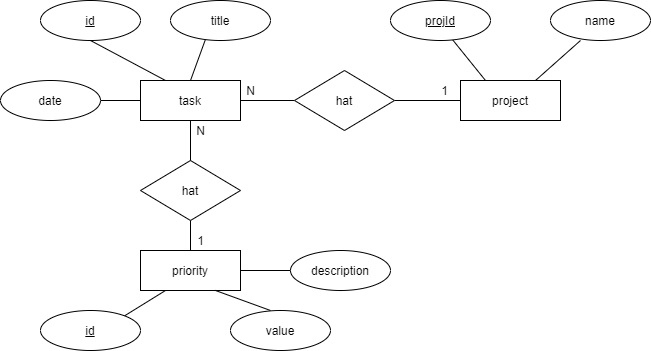
Before: Doku/ERDiagramm.png, a diagram exported from draw.io (jtuttas/FIAE_LF9). Source tidied: cells renumbered, new cells last; positions are measured from the earlier drawing's top-left corner, leaving out a move shared by most shapes. Its diagram source:
```xml
<mxGraphModel>
  <root>
    <mxCell id="0" />
    <mxCell id="1" parent="0" />
    <mxCell id="2" style="rounded=0;jettySize=auto;html=1;exitX=0.25;exitY=0;exitDx=0;exitDy=0;entryX=0.5;entryY=1;entryDx=0;entryDy=0;endArrow=none;endFill=0;" parent="1" edge="1" source="4">
      <mxGeometry relative="1" as="geometry">
        <mxPoint x="90" y="40" as="targetPoint" />
      </mxGeometry>
    </mxCell>
    <mxCell id="3" style="edgeStyle=none;rounded=0;jettySize=auto;html=1;exitX=0.5;exitY=0;exitDx=0;exitDy=0;entryX=0.348;entryY=0.983;entryDx=0;entryDy=0;entryPerimeter=0;endArrow=none;endFill=0;" parent="1" edge="1" source="4">
      <mxGeometry relative="1" as="geometry">
        <mxPoint x="204.8" y="39.3" as="targetPoint" />
      </mxGeometry>
    </mxCell>
    <mxCell id="4" value="task" style="whiteSpace=wrap;html=1;align=center;" parent="1" vertex="1">
      <mxGeometry x="140" y="80" width="100" height="40" as="geometry" />
    </mxCell>
    <mxCell id="5" style="edgeStyle=none;rounded=0;jettySize=auto;html=1;exitX=0;exitY=0.5;exitDx=0;exitDy=0;entryX=1;entryY=0.5;entryDx=0;entryDy=0;endArrow=none;endFill=0;" parent="1" edge="1" source="7" target="4">
      <mxGeometry relative="1" as="geometry" />
    </mxCell>
    <mxCell id="6" style="edgeStyle=none;rounded=0;jettySize=auto;html=1;exitX=1;exitY=0.5;exitDx=0;exitDy=0;entryX=0;entryY=0.5;entryDx=0;entryDy=0;endArrow=none;endFill=0;" parent="1" edge="1" source="7" target="11">
      <mxGeometry relative="1" as="geometry" />
    </mxCell>
    <mxCell id="7" value="hat" style="shape=rhombus;perimeter=rhombusPerimeter;whiteSpace=wrap;html=1;align=center;" parent="1" vertex="1">
      <mxGeometry x="294" y="70" width="100" height="60" as="geometry" />
    </mxCell>
    <mxCell id="8" value="priority" style="whiteSpace=wrap;html=1;align=center;" parent="1" vertex="1">
      <mxGeometry x="140" y="250" width="100" height="40" as="geometry" />
    </mxCell>
    <mxCell id="9" style="edgeStyle=none;rounded=0;jettySize=auto;html=1;exitX=0.25;exitY=0;exitDx=0;exitDy=0;entryX=0.575;entryY=0.963;entryDx=0;entryDy=0;entryPerimeter=0;endArrow=none;endFill=0;" parent="1" edge="1" source="11">
      <mxGeometry relative="1" as="geometry">
        <mxPoint x="451.5" y="38.5" as="targetPoint" />
      </mxGeometry>
    </mxCell>
    <mxCell id="10" style="edgeStyle=none;rounded=0;jettySize=auto;html=1;exitX=0.75;exitY=0;exitDx=0;exitDy=0;entryX=0.3;entryY=1;entryDx=0;entryDy=0;entryPerimeter=0;endArrow=none;endFill=0;" parent="1" edge="1" source="11">
      <mxGeometry relative="1" as="geometry">
        <mxPoint x="580" y="40" as="targetPoint" />
      </mxGeometry>
    </mxCell>
    <mxCell id="11" value="project" style="whiteSpace=wrap;html=1;align=center;" parent="1" vertex="1">
      <mxGeometry x="460" y="80" width="100" height="40" as="geometry" />
    </mxCell>
    <mxCell id="12" style="edgeStyle=none;rounded=0;jettySize=auto;html=1;exitX=0.5;exitY=0;exitDx=0;exitDy=0;entryX=0.5;entryY=1;entryDx=0;entryDy=0;endArrow=none;endFill=0;" parent="1" edge="1" source="22" target="4">
      <mxGeometry relative="1" as="geometry" />
    </mxCell>
    <mxCell id="13" style="edgeStyle=none;rounded=0;jettySize=auto;html=1;exitX=0.5;exitY=1;exitDx=0;exitDy=0;entryX=0.5;entryY=0;entryDx=0;entryDy=0;endArrow=none;endFill=0;" parent="1" edge="1" source="14" target="8">
      <mxGeometry relative="1" as="geometry" />
    </mxCell>
    <mxCell id="14" value="hat" style="shape=rhombus;perimeter=rhombusPerimeter;whiteSpace=wrap;html=1;align=center;" parent="1" vertex="1">
      <mxGeometry x="140" y="160" width="100" height="60" as="geometry" />
    </mxCell>
    <mxCell id="15" style="edgeStyle=none;rounded=0;jettySize=auto;html=1;exitX=0.83;exitY=0.15;exitDx=0;exitDy=0;entryX=0.25;entryY=1;entryDx=0;entryDy=0;endArrow=none;endFill=0;exitPerimeter=0;" parent="1" edge="1" source="29" target="8">
      <mxGeometry relative="1" as="geometry" />
    </mxCell>
    <mxCell id="16" style="edgeStyle=none;rounded=0;jettySize=auto;html=1;exitX=0;exitY=0.5;exitDx=0;exitDy=0;entryX=1;entryY=0.5;entryDx=0;entryDy=0;endArrow=none;endFill=0;" parent="1" edge="1" target="8">
      <mxGeometry relative="1" as="geometry">
        <mxPoint x="294" y="270" as="sourcePoint" />
      </mxGeometry>
    </mxCell>
    <mxCell id="17" style="edgeStyle=none;rounded=0;jettySize=auto;html=1;exitX=0.5;exitY=0;exitDx=0;exitDy=0;entryX=0.75;entryY=1;entryDx=0;entryDy=0;endArrow=none;endFill=0;" parent="1" edge="1" target="8">
      <mxGeometry relative="1" as="geometry">
        <mxPoint x="270" y="310" as="sourcePoint" />
      </mxGeometry>
    </mxCell>
    <mxCell id="18" style="edgeStyle=none;rounded=0;jettySize=auto;html=1;exitX=1;exitY=0.5;exitDx=0;exitDy=0;entryX=0;entryY=0.5;entryDx=0;entryDy=0;endArrow=none;endFill=0;" parent="1" edge="1" target="4">
      <mxGeometry relative="1" as="geometry">
        <mxPoint x="100" y="100" as="sourcePoint" />
      </mxGeometry>
    </mxCell>
    <mxCell id="19" value="1" style="text;html=1;align=center;verticalAlign=middle;fillColor=none;strokeColor=none;rounded=0;" parent="1" vertex="1">
      <mxGeometry x="434" y="80" width="20" height="20" as="geometry" />
    </mxCell>
    <mxCell id="20" value="N" style="text;html=1;align=center;verticalAlign=middle;fillColor=none;strokeColor=none;rounded=0;" parent="1" vertex="1">
      <mxGeometry x="240" y="80" width="20" height="20" as="geometry" />
    </mxCell>
    <mxCell id="21" value="1" style="text;html=1;align=center;verticalAlign=middle;fillColor=none;strokeColor=none;rounded=0;" parent="1" vertex="1">
      <mxGeometry x="190" y="230" width="20" height="20" as="geometry" />
    </mxCell>
    <mxCell id="22" value="N" style="text;html=1;align=center;verticalAlign=middle;points=[];fillColor=none;strokeColor=none;rounded=0;" parent="1" vertex="1">
      <mxGeometry x="190" y="120" width="20" height="20" as="geometry" />
    </mxCell>
    <mxCell id="23" style="edgeStyle=none;rounded=0;jettySize=auto;html=1;exitX=0.5;exitY=0;exitDx=0;exitDy=0;endArrow=none;endFill=0;" parent="1" edge="1" source="14">
      <mxGeometry relative="1" as="geometry">
        <mxPoint x="190" y="120" as="targetPoint" />
      </mxGeometry>
    </mxCell>
    <mxCell id="24" value="title" style="ellipse;whiteSpace=wrap;html=1;align=center;" parent="1" vertex="1">
      <mxGeometry x="170" width="100" height="40" as="geometry" />
    </mxCell>
    <mxCell id="25" value="&lt;u&gt;id&lt;/u&gt;" style="ellipse;whiteSpace=wrap;html=1;align=center;" parent="1" vertex="1">
      <mxGeometry x="40" width="100" height="40" as="geometry" />
    </mxCell>
    <mxCell id="26" value="date" style="ellipse;whiteSpace=wrap;html=1;align=center;" parent="1" vertex="1">
      <mxGeometry y="80" width="100" height="40" as="geometry" />
    </mxCell>
    <mxCell id="27" value="&lt;u&gt;projId&lt;/u&gt;" style="ellipse;whiteSpace=wrap;html=1;align=center;" parent="1" vertex="1">
      <mxGeometry x="390" width="100" height="40" as="geometry" />
    </mxCell>
    <mxCell id="28" value="name" style="ellipse;whiteSpace=wrap;html=1;align=center;" parent="1" vertex="1">
      <mxGeometry x="550" width="100" height="40" as="geometry" />
    </mxCell>
    <mxCell id="29" value="&lt;u&gt;id&lt;/u&gt;" style="ellipse;whiteSpace=wrap;html=1;align=center;" parent="1" vertex="1">
      <mxGeometry x="40" y="310" width="100" height="40" as="geometry" />
    </mxCell>
    <mxCell id="30" value="value" style="ellipse;whiteSpace=wrap;html=1;align=center;" parent="1" vertex="1">
      <mxGeometry x="230" y="310" width="100" height="40" as="geometry" />
    </mxCell>
    <mxCell id="31" value="description" style="ellipse;whiteSpace=wrap;html=1;align=center;" parent="1" vertex="1">
      <mxGeometry x="290" y="250" width="100" height="40" as="geometry" />
    </mxCell>
  </root>
</mxGraphModel>
```
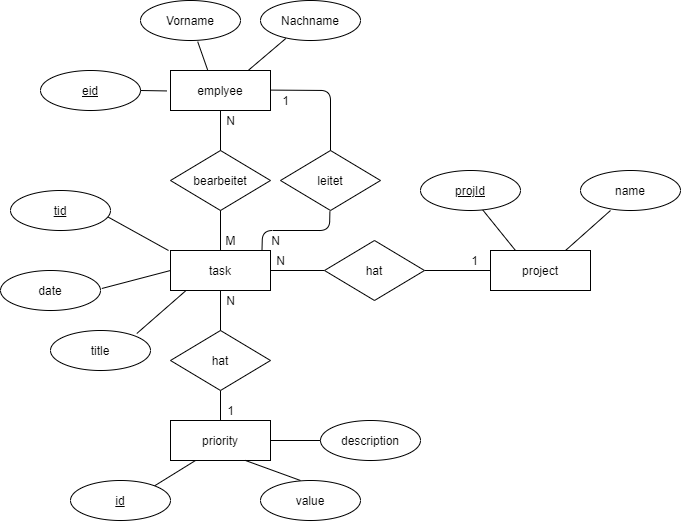
Above is the later version.

Diff of the diagram source:
```diff
@@ -2,15 +2,13 @@
   <root>
     <mxCell id="0" />
     <mxCell id="1" parent="0" />
-    <mxCell id="2" style="rounded=0;jettySize=auto;html=1;exitX=0.25;exitY=0;exitDx=0;exitDy=0;entryX=0.5;entryY=1;entryDx=0;entryDy=0;endArrow=none;endFill=0;" parent="1" edge="1" source="4">
+    <mxCell id="2" style="rounded=0;jettySize=auto;html=1;entryX=0.972;entryY=0.658;entryDx=0;entryDy=0;endArrow=none;endFill=0;entryPerimeter=0;" parent="1" edge="1" target="25">
       <mxGeometry relative="1" as="geometry">
-        <mxPoint x="90" y="40" as="targetPoint" />
+        <mxPoint x="138" y="80" as="sourcePoint" />
       </mxGeometry>
     </mxCell>
-    <mxCell id="3" style="edgeStyle=none;rounded=0;jettySize=auto;html=1;exitX=0.5;exitY=0;exitDx=0;exitDy=0;entryX=0.348;entryY=0.983;entryDx=0;entryDy=0;entryPerimeter=0;endArrow=none;endFill=0;" parent="1" edge="1" source="4">
-      <mxGeometry relative="1" as="geometry">
-        <mxPoint x="204.8" y="39.3" as="targetPoint" />
-      </mxGeometry>
+    <mxCell id="3" style="edgeStyle=none;rounded=0;jettySize=auto;html=1;entryX=0.863;entryY=0.075;entryDx=0;entryDy=0;entryPerimeter=0;endArrow=none;endFill=0;exitX=0.188;exitY=0.929;exitDx=0;exitDy=0;exitPerimeter=0;" parent="1" edge="1" source="4" target="24">
+      <mxGeometry relative="1" as="geometry" />
     </mxCell>
     <mxCell id="4" value="task" style="whiteSpace=wrap;html=1;align=center;" parent="1" vertex="1">
       <mxGeometry x="140" y="80" width="100" height="40" as="geometry" />
@@ -62,10 +60,8 @@
         <mxPoint x="270" y="310" as="sourcePoint" />
       </mxGeometry>
     </mxCell>
-    <mxCell id="18" style="edgeStyle=none;rounded=0;jettySize=auto;html=1;exitX=1;exitY=0.5;exitDx=0;exitDy=0;entryX=0;entryY=0.5;entryDx=0;entryDy=0;endArrow=none;endFill=0;" parent="1" edge="1" target="4">
-      <mxGeometry relative="1" as="geometry">
-        <mxPoint x="100" y="100" as="sourcePoint" />
-      </mxGeometry>
+    <mxCell id="18" style="edgeStyle=none;rounded=0;jettySize=auto;html=1;exitX=1.013;exitY=0.45;exitDx=0;exitDy=0;entryX=0;entryY=0.5;entryDx=0;entryDy=0;endArrow=none;endFill=0;exitPerimeter=0;" parent="1" edge="1" source="26" target="4">
+      <mxGeometry relative="1" as="geometry" />
     </mxCell>
     <mxCell id="19" value="1" style="text;html=1;align=center;verticalAlign=middle;fillColor=none;strokeColor=none;rounded=0;" parent="1" vertex="1">
       <mxGeometry x="434" y="80" width="20" height="20" as="geometry" />
@@ -85,13 +81,13 @@
       </mxGeometry>
     </mxCell>
     <mxCell id="24" value="title" style="ellipse;whiteSpace=wrap;html=1;align=center;" parent="1" vertex="1">
-      <mxGeometry x="170" width="100" height="40" as="geometry" />
+      <mxGeometry x="20" y="160" width="100" height="40" as="geometry" />
     </mxCell>
-    <mxCell id="25" value="&lt;u&gt;id&lt;/u&gt;" style="ellipse;whiteSpace=wrap;html=1;align=center;" parent="1" vertex="1">
-      <mxGeometry x="40" width="100" height="40" as="geometry" />
+    <mxCell id="25" value="&lt;u&gt;tid&lt;/u&gt;" style="ellipse;whiteSpace=wrap;html=1;align=center;" parent="1" vertex="1">
+      <mxGeometry x="-20" y="20" width="100" height="40" as="geometry" />
     </mxCell>
     <mxCell id="26" value="date" style="ellipse;whiteSpace=wrap;html=1;align=center;" parent="1" vertex="1">
-      <mxGeometry y="80" width="100" height="40" as="geometry" />
+      <mxGeometry x="-30" y="100" width="100" height="40" as="geometry" />
     </mxCell>
     <mxCell id="27" value="&lt;u&gt;projId&lt;/u&gt;" style="ellipse;whiteSpace=wrap;html=1;align=center;" parent="1" vertex="1">
       <mxGeometry x="390" width="100" height="40" as="geometry" />
@@ -108,5 +104,74 @@
     <mxCell id="31" value="description" style="ellipse;whiteSpace=wrap;html=1;align=center;" parent="1" vertex="1">
       <mxGeometry x="290" y="250" width="100" height="40" as="geometry" />
     </mxCell>
+    <mxCell id="32" value="emplyee" style="whiteSpace=wrap;html=1;align=center;" parent="1" vertex="1">
+      <mxGeometry x="140" y="-100" width="100" height="40" as="geometry" />
+    </mxCell>
+    <mxCell id="33" value="bearbeitet" style="shape=rhombus;perimeter=rhombusPerimeter;whiteSpace=wrap;html=1;align=center;" parent="1" vertex="1">
+      <mxGeometry x="140" y="-20" width="100" height="60" as="geometry" />
+    </mxCell>
+    <mxCell id="34" style="edgeStyle=none;rounded=0;orthogonalLoop=1;jettySize=auto;html=1;exitX=0.5;exitY=0;exitDx=0;exitDy=0;endArrow=none;endFill=0;" parent="1" edge="1">
+      <mxGeometry relative="1" as="geometry">
+        <mxPoint x="190" y="-20" as="sourcePoint" />
+        <mxPoint x="190" y="-60" as="targetPoint" />
+      </mxGeometry>
+    </mxCell>
+    <mxCell id="35" style="edgeStyle=none;rounded=0;orthogonalLoop=1;jettySize=auto;html=1;exitX=0.5;exitY=0;exitDx=0;exitDy=0;endArrow=none;endFill=0;" parent="1" edge="1">
+      <mxGeometry relative="1" as="geometry">
+        <mxPoint x="190" y="80" as="sourcePoint" />
+        <mxPoint x="190" y="40" as="targetPoint" />
+      </mxGeometry>
+    </mxCell>
+    <mxCell id="36" value="N" style="text;html=1;align=center;verticalAlign=middle;fillColor=none;strokeColor=none;rounded=0;" parent="1" vertex="1">
+      <mxGeometry x="190" y="-60" width="20" height="20" as="geometry" />
+    </mxCell>
+    <mxCell id="37" value="M" style="text;html=1;align=center;verticalAlign=middle;fillColor=none;strokeColor=none;rounded=0;" parent="1" vertex="1">
+      <mxGeometry x="185" y="60" width="30" height="20" as="geometry" />
+    </mxCell>
+    <mxCell id="38" value="&lt;u&gt;eid&lt;/u&gt;" style="ellipse;whiteSpace=wrap;html=1;align=center;" parent="1" vertex="1">
+      <mxGeometry x="10" y="-100" width="100" height="40" as="geometry" />
+    </mxCell>
+    <mxCell id="39" value="Vorname" style="ellipse;whiteSpace=wrap;html=1;align=center;" parent="1" vertex="1">
+      <mxGeometry x="110" y="-170" width="100" height="40" as="geometry" />
+    </mxCell>
+    <mxCell id="40" value="Nachname" style="ellipse;whiteSpace=wrap;html=1;align=center;" parent="1" vertex="1">
+      <mxGeometry x="230" y="-170" width="100" height="40" as="geometry" />
+    </mxCell>
+    <mxCell id="41" value="leitet" style="shape=rhombus;perimeter=rhombusPerimeter;whiteSpace=wrap;html=1;align=center;" parent="1" vertex="1">
+      <mxGeometry x="250" y="-20" width="100" height="60" as="geometry" />
+    </mxCell>
+    <mxCell id="42" style="endArrow=none;html=1;entryX=-0.036;entryY=0.511;entryDx=0;entryDy=0;entryPerimeter=0;" parent="1" edge="1" target="32">
+      <mxGeometry relative="1" as="geometry">
+        <mxPoint x="110" y="-80" as="sourcePoint" />
+      </mxGeometry>
+    </mxCell>
+    <mxCell id="43" style="endArrow=none;html=1;entryX=0.572;entryY=1.029;entryDx=0;entryDy=0;entryPerimeter=0;exitX=0.371;exitY=-0.016;exitDx=0;exitDy=0;exitPerimeter=0;" parent="1" edge="1" source="32" target="39">
+      <mxGeometry relative="1" as="geometry" />
+    </mxCell>
+    <mxCell id="44" style="endArrow=none;html=1;entryX=0.253;entryY=0.95;entryDx=0;entryDy=0;entryPerimeter=0;exitX=0.784;exitY=-0.016;exitDx=0;exitDy=0;exitPerimeter=0;" parent="1" edge="1" source="32" target="40">
+      <mxGeometry relative="1" as="geometry" />
+    </mxCell>
+    <mxCell id="45" style="endArrow=none;html=1;entryX=1.006;entryY=0.49;entryDx=0;entryDy=0;entryPerimeter=0;" parent="1" edge="1" target="32">
+      <mxGeometry relative="1" as="geometry">
+        <mxPoint x="300" y="-20" as="sourcePoint" />
+        <Array as="points">
+          <mxPoint x="300" y="-80" />
+        </Array>
+      </mxGeometry>
+    </mxCell>
+    <mxCell id="46" style="endArrow=none;html=1;exitX=0.915;exitY=-0.012;exitDx=0;exitDy=0;exitPerimeter=0;entryX=0.494;entryY=1.017;entryDx=0;entryDy=0;entryPerimeter=0;" parent="1" edge="1" source="4" target="41">
+      <mxGeometry relative="1" as="geometry">
+        <Array as="points">
+          <mxPoint x="232" y="60" />
+          <mxPoint x="299" y="60" />
+        </Array>
+      </mxGeometry>
+    </mxCell>
+    <mxCell id="47" value="N" style="text;html=1;align=center;verticalAlign=middle;fillColor=none;strokeColor=none;rounded=0;" parent="1" vertex="1">
+      <mxGeometry x="235" y="60" width="20" height="20" as="geometry" />
+    </mxCell>
+    <mxCell id="48" value="1" style="text;html=1;align=center;verticalAlign=middle;fillColor=none;strokeColor=none;rounded=0;" parent="1" vertex="1">
+      <mxGeometry x="245" y="-80" width="20" height="20" as="geometry" />
+    </mxCell>
   </root>
 </mxGraphModel>
```
